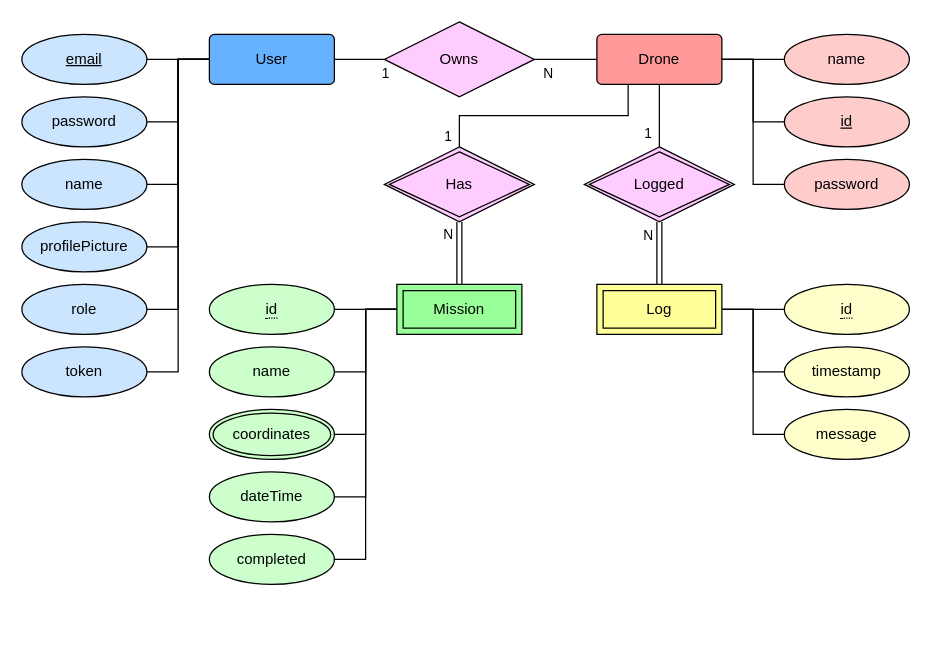
yahyaarakil/donatello keeps this draw.io diagram as server/donatello_server.drawio. Above is the earlier version. Source tidied: cells renumbered, new cells numbered last; positions are measured from the earlier drawing's top-left corner, leaving out a move shared by most shapes. Both pictures are drawn from the tidied source at 125%, with x=0, y=0 at pixel (21, 21).
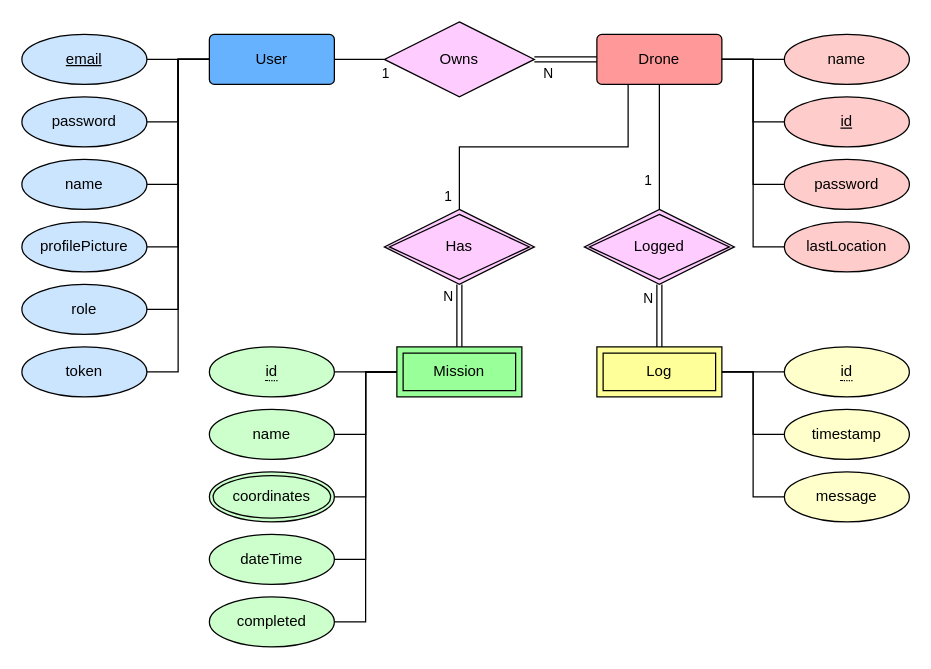
Above is the later version.

Commit message:
Added lastLocation to drone ERD

Unchanged cells that the change refers to:
```xml
<mxCell id="40" value="Owns" style="shape=rhombus;perimeter=rhombusPerimeter;whiteSpace=wrap;html=1;align=center;fillColor=#FFCCFF;" parent="1" vertex="1">
  <mxGeometry x="290" width="120" height="60" as="geometry" />
</mxCell>
```

What changed in the source:
```diff
@@
-    <mxCell id="17" value="Drone" style="rounded=1;arcSize=10;whiteSpace=wrap;html=1;align=center;fillColor=#FF9999;" parent="1" vertex="1">
+    <mxCell id="17" value="Drone" style="rounded=1;arcSize=10;whiteSpace=wrap;html=1;align=center;fillColor=#FF9999;comic=0;enumerate=0;shadow=0;sketch=0;glass=0;" parent="1" vertex="1">
       <mxGeometry x="460" y="10" width="100" height="40" as="geometry" />
     </mxCell>
@@
     <mxCell id="25" value="name" style="ellipse;whiteSpace=wrap;html=1;align=center;fillColor=#CCFFCC;" parent="1" vertex="1">
-      <mxGeometry x="150" y="260" width="100" height="40" as="geometry" />
+      <mxGeometry x="150" y="310" width="100" height="40" as="geometry" />
     </mxCell>
@@
     <mxCell id="27" value="dateTime" style="ellipse;whiteSpace=wrap;html=1;align=center;fillColor=#CCFFCC;" parent="1" vertex="1">
-      <mxGeometry x="150" y="360" width="100" height="40" as="geometry" />
+      <mxGeometry x="150" y="410" width="100" height="40" as="geometry" />
     </mxCell>
@@
     <mxCell id="29" value="completed" style="ellipse;whiteSpace=wrap;html=1;align=center;fillColor=#CCFFCC;" parent="1" vertex="1">
-      <mxGeometry x="150" y="410" width="100" height="40" as="geometry" />
+      <mxGeometry x="150" y="460" width="100" height="40" as="geometry" />
     </mxCell>
@@
     <mxCell id="31" value="coordinates" style="ellipse;shape=doubleEllipse;margin=3;whiteSpace=wrap;html=1;align=center;fillColor=#CCFFCC;" parent="1" vertex="1">
-      <mxGeometry x="150" y="310" width="100" height="40" as="geometry" />
+      <mxGeometry x="150" y="360" width="100" height="40" as="geometry" />
     </mxCell>
@@
     <mxCell id="33" value="timestamp" style="ellipse;whiteSpace=wrap;html=1;align=center;fillColor=#FFFFCC;" parent="1" vertex="1">
-      <mxGeometry x="610" y="260" width="100" height="40" as="geometry" />
+      <mxGeometry x="610" y="310" width="100" height="40" as="geometry" />
     </mxCell>
@@
     <mxCell id="35" value="message" style="ellipse;whiteSpace=wrap;html=1;align=center;fillColor=#FFFFCC;" parent="1" vertex="1">
-      <mxGeometry x="610" y="310" width="100" height="40" as="geometry" />
+      <mxGeometry x="610" y="360" width="100" height="40" as="geometry" />
     </mxCell>
@@
-    <mxCell id="38" style="edgeStyle=orthogonalEdgeStyle;rounded=0;jettySize=auto;html=1;exitX=1;exitY=0.5;exitDx=0;exitDy=0;entryX=0;entryY=0.5;entryDx=0;entryDy=0;endArrow=none;endFill=0;" parent="1" edge="1" source="40" target="17">
+    <mxCell id="38" style="edgeStyle=orthogonalEdgeStyle;rounded=0;jettySize=auto;html=1;exitX=1;exitY=0.5;exitDx=0;exitDy=0;entryX=0;entryY=0.5;entryDx=0;entryDy=0;endArrow=none;endFill=0;shape=link;" parent="1" edge="1" source="40" target="17">
       <mxGeometry relative="1" as="geometry" />
     </mxCell>
@@
     <mxCell id="45" value="Mission" style="shape=ext;margin=3;double=1;whiteSpace=wrap;html=1;align=center;fillColor=#99FF99;" parent="1" vertex="1">
-      <mxGeometry x="300" y="210" width="100" height="40" as="geometry" />
+      <mxGeometry x="300" y="260" width="100" height="40" as="geometry" />
     </mxCell>
     <mxCell id="46" value="Has" style="shape=rhombus;double=1;perimeter=rhombusPerimeter;whiteSpace=wrap;html=1;align=center;fillColor=#FFCCFF;" parent="1" vertex="1">
-      <mxGeometry x="290" y="100" width="120" height="60" as="geometry" />
+      <mxGeometry x="290" y="150" width="120" height="60" as="geometry" />
     </mxCell>
@@
     <mxCell id="48" value="&lt;span style=&quot;border-bottom: 1px dotted&quot;&gt;id&lt;/span&gt;" style="ellipse;whiteSpace=wrap;html=1;align=center;fillColor=#CCFFCC;" parent="1" vertex="1">
-      <mxGeometry x="150" y="210" width="100" height="40" as="geometry" />
+      <mxGeometry x="150" y="260" width="100" height="40" as="geometry" />
     </mxCell>
     <mxCell id="49" value="&lt;span style=&quot;border-bottom: 1px dotted&quot;&gt;id&lt;/span&gt;" style="ellipse;whiteSpace=wrap;html=1;align=center;fillColor=#FFFFCC;" parent="1" vertex="1">
-      <mxGeometry x="610" y="210" width="100" height="40" as="geometry" />
+      <mxGeometry x="610" y="260" width="100" height="40" as="geometry" />
     </mxCell>
@@
     <mxCell id="51" value="Log" style="shape=ext;margin=3;double=1;whiteSpace=wrap;html=1;align=center;fillColor=#FFFF99;" parent="1" vertex="1">
-      <mxGeometry x="460" y="210" width="100" height="40" as="geometry" />
+      <mxGeometry x="460" y="260" width="100" height="40" as="geometry" />
     </mxCell>
@@
     <mxCell id="54" value="Logged" style="shape=rhombus;double=1;perimeter=rhombusPerimeter;whiteSpace=wrap;html=1;align=center;fillColor=#FFCCFF;" parent="1" vertex="1">
-      <mxGeometry x="450" y="100" width="120" height="60" as="geometry" />
+      <mxGeometry x="450" y="150" width="120" height="60" as="geometry" />
     </mxCell>
+    <mxCell id="55" style="edgeStyle=orthogonalEdgeStyle;rounded=0;jettySize=auto;html=1;exitX=0;exitY=0.5;exitDx=0;exitDy=0;entryX=1;entryY=0.5;entryDx=0;entryDy=0;endArrow=none;endFill=0;" parent="1" edge="1" source="56" target="17">
+      <mxGeometry relative="1" as="geometry" />
+    </mxCell>
+    <mxCell id="56" value="lastLocation" style="ellipse;whiteSpace=wrap;html=1;align=center;fillColor=#FFCCCC;" parent="1" vertex="1">
+      <mxGeometry x="610" y="160" width="100" height="40" as="geometry" />
+    </mxCell>
```
